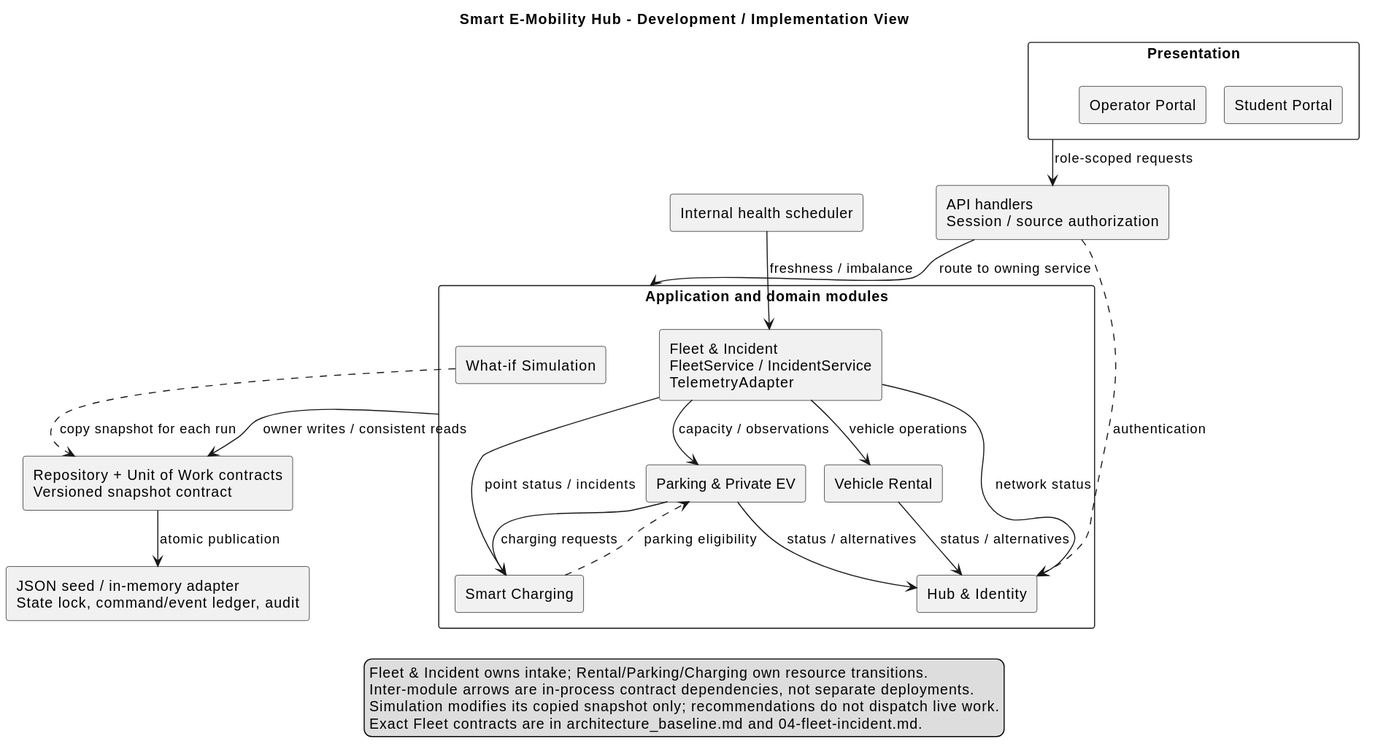
Before: docs/submission-3/development-view/Implementation_View.svg, a diagram exported from PlantUML (thanhpham1108/smart-e-mobility-hub). The source it was exported from:
```plantuml
@startuml
title Smart E-Mobility Hub - Development / Implementation View
top to bottom direction
skinparam shadowing false
skinparam componentStyle rectangle
skinparam packageStyle rectangle
skinparam nodesep 55
skinparam ranksep 60
package "Presentation" as Presentation {
  [Student Portal] as StudentUI
  [Operator Portal] as OperatorUI
}
component "API handlers\nSession / source authorization" as API
package "Application and domain modules" as Domain {
  [Fleet & Incident\nFleetService / IncidentService\nTelemetryAdapter] as Fleet
  [Vehicle Rental] as Rental
  [Parking & Private EV] as Parking
  [Smart Charging] as Charging
  [Hub & Identity] as Hub
  [What-if Simulation] as Simulation
}
component "Repository + Unit of Work contracts\nVersioned snapshot contract" as Contracts
component "JSON seed / in-memory adapter\nState lock, command/event ledger, audit" as Data
component "Internal health scheduler" as Scheduler
Presentation --> API : role-scoped requests
API --> Domain : route to owning service
API ..> Hub : authentication
Scheduler --> Fleet : freshness / imbalance
Fleet --> Rental : vehicle operations
Fleet --> Parking : capacity / observations
Fleet --> Charging : point status / incidents
Fleet --> Hub : network status
Rental --> Hub : status / alternatives
Parking --> Hub : status / alternatives
Parking --> Charging : charging requests
Charging ..> Parking : parking eligibility
Domain --> Contracts : owner writes / consistent reads
Simulation ..> Contracts : copy snapshot for each run
Contracts --> Data : atomic publication
legend bottom
  Fleet & Incident owns intake; Rental/Parking/Charging own resource transitions.
  Inter-module arrows are in-process contract dependencies, not separate deployments.
  Simulation modifies its copied snapshot only; recommendations do not dispatch live work.
  Exact Fleet contracts are in architecture_baseline.md and 04-fleet-incident.md.
endlegend
@enduml
```
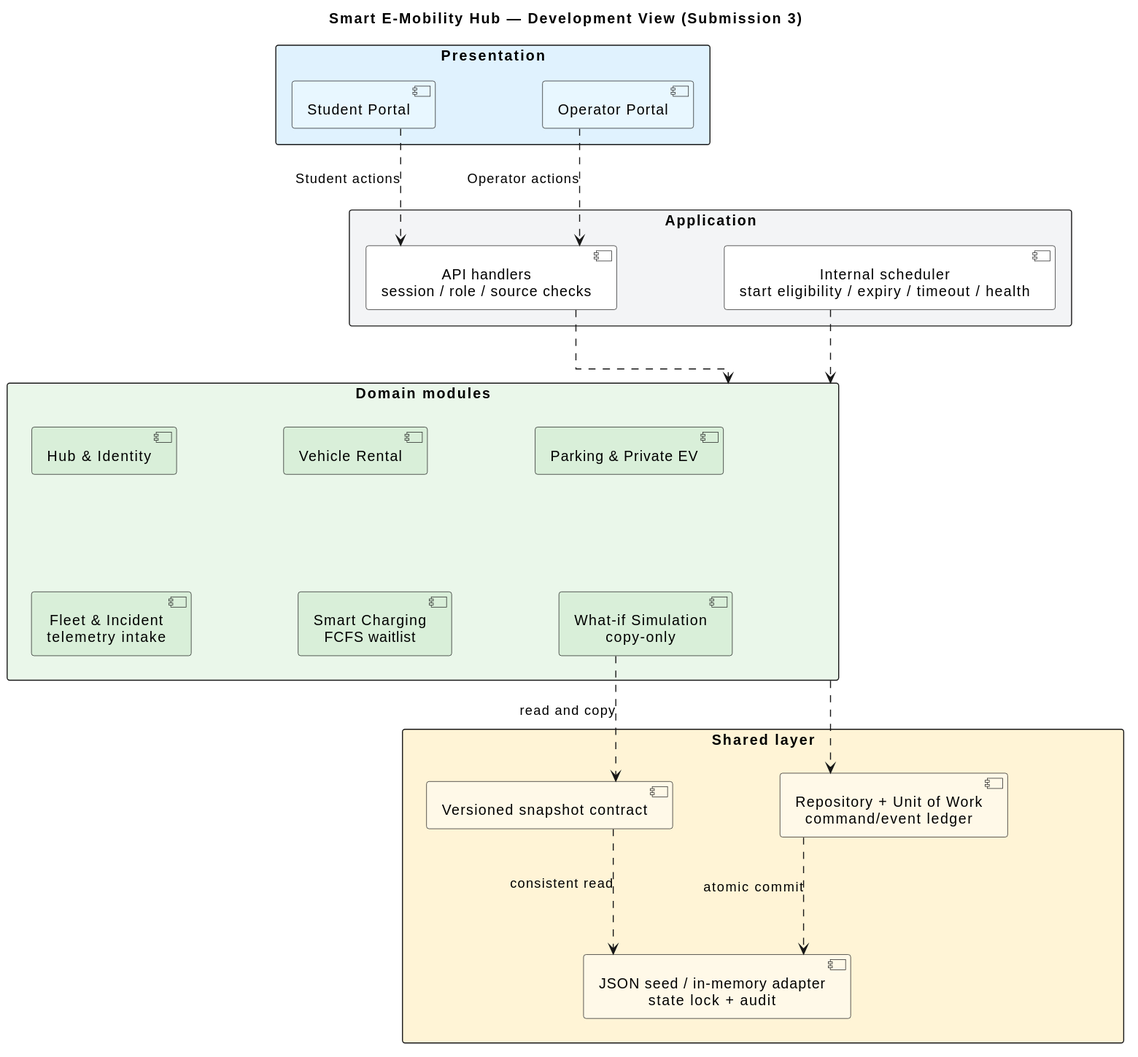
The same file after the commit.

The edit, as a diff of the source:
```diff
@@ -1,46 +1,58 @@
 @startuml
-title Smart E-Mobility Hub - Development / Implementation View
+title Smart E-Mobility Hub — Development View (Submission 3)
 top to bottom direction
 skinparam shadowing false
-skinparam componentStyle rectangle
+skinparam linetype ortho
+skinparam componentStyle uml2
 skinparam packageStyle rectangle
-skinparam nodesep 55
-skinparam ranksep 60
-package "Presentation" as Presentation {
-  [Student Portal] as StudentUI
-  [Operator Portal] as OperatorUI
+skinparam nodesep 105
+skinparam ranksep 115
+skinparam defaultTextAlignment center
+
+package "Presentation" #E0F2FE {
+  component "Student Portal" as StudentUI #E8F7FF
+  component "Operator Portal" as OperatorUI #E8F7FF
 }
-component "API handlers\nSession / source authorization" as API
-package "Application and domain modules" as Domain {
-  [Fleet & Incident\nFleetService / IncidentService\nTelemetryAdapter] as Fleet
-  [Vehicle Rental] as Rental
-  [Parking & Private EV] as Parking
-  [Smart Charging] as Charging
-  [Hub & Identity] as Hub
-  [What-if Simulation] as Simulation
+
+package "Application" #F3F4F6 {
+  component "API handlers\nsession / role / source checks" as API #FFFFFF
+  component "Internal scheduler\nstart eligibility / expiry / timeout / health" as Scheduler #FFFFFF
 }
-component "Repository + Unit of Work contracts\nVersioned snapshot contract" as Contracts
-component "JSON seed / in-memory adapter\nState lock, command/event ledger, audit" as Data
-component "Internal health scheduler" as Scheduler
-Presentation --> API : role-scoped requests
-API --> Domain : route to owning service
-API ..> Hub : authentication
-Scheduler --> Fleet : freshness / imbalance
-Fleet --> Rental : vehicle operations
-Fleet --> Parking : capacity / observations
-Fleet --> Charging : point status / incidents
-Fleet --> Hub : network status
-Rental --> Hub : status / alternatives
-Parking --> Hub : status / alternatives
-Parking --> Charging : charging requests
-Charging ..> Parking : parking eligibility
-Domain --> Contracts : owner writes / consistent reads
-Simulation ..> Contracts : copy snapshot for each run
-Contracts --> Data : atomic publication
-legend bottom
-  Fleet & Incident owns intake; Rental/Parking/Charging own resource transitions.
-  Inter-module arrows are in-process contract dependencies, not separate deployments.
-  Simulation modifies its copied snapshot only; recommendations do not dispatch live work.
-  Exact Fleet contracts are in architecture_baseline.md and 04-fleet-incident.md.
-endlegend
+
+package "Domain modules" as Domain #EAF7EA {
+  component "Hub & Identity" as Hub #D9EFD9
+  component "Vehicle Rental" as Rental #D9EFD9
+  component "Parking & Private EV" as Parking #D9EFD9
+  component "Fleet & Incident\ntelemetry intake" as Fleet #D9EFD9
+  component "Smart Charging\nFCFS waitlist" as Charging #D9EFD9
+  component "What-if Simulation\ncopy-only" as Simulation #D9EFD9
+}
+
+package "Shared layer" as Shared #FFF4D6 {
+  component "Repository + Unit of Work\ncommand/event ledger" as Repository #FFF9E8
+  component "Versioned snapshot contract" as Snapshot #FFF9E8
+  component "JSON seed / in-memory adapter\nstate lock + audit" as Adapter #FFF9E8
+}
+
+StudentUI ..> API : Student actions
+OperatorUI ..> API : Operator actions
+API ..> Domain
+Scheduler ..> Domain
+Domain ..> Repository
+Simulation ..> Snapshot : read and copy
+Repository ..> Adapter : atomic commit
+Snapshot ..> Adapter : consistent read
+
+StudentUI -[hidden]right- OperatorUI
+API -[hidden]right- Scheduler
+Hub -[hidden]right- Rental
+Rental -[hidden]right- Parking
+Fleet -[hidden]right- Charging
+Charging -[hidden]right- Simulation
+Rental -[hidden]down- Fleet
+Parking -[hidden]down- Charging
+Repository -[hidden]right- Snapshot
+Repository -[hidden]down- Adapter
+Snapshot -[hidden]down- Adapter
+Domain -[hidden]right- Shared
 @enduml
```
